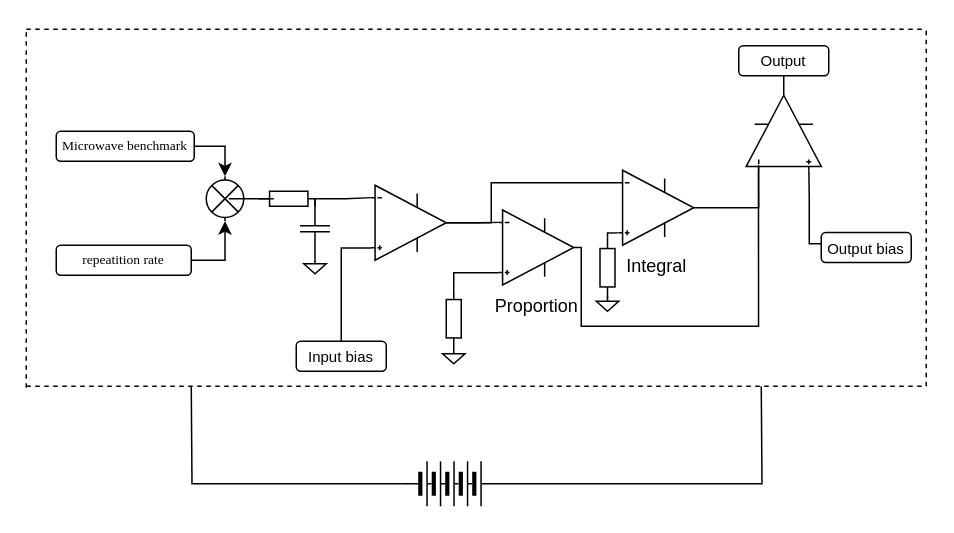
Above: Untitled Diagram.drawio in Kyroas/Kyroas.github.io (draw.io), before the change. Source tidied: cells renumbered, new cells numbered last; positions are measured from the earlier drawing's top-left corner, leaving out a move shared by most shapes. Both pictures are drawn from the tidied source at 150%, with x=0, y=0 at pixel (26, 26).
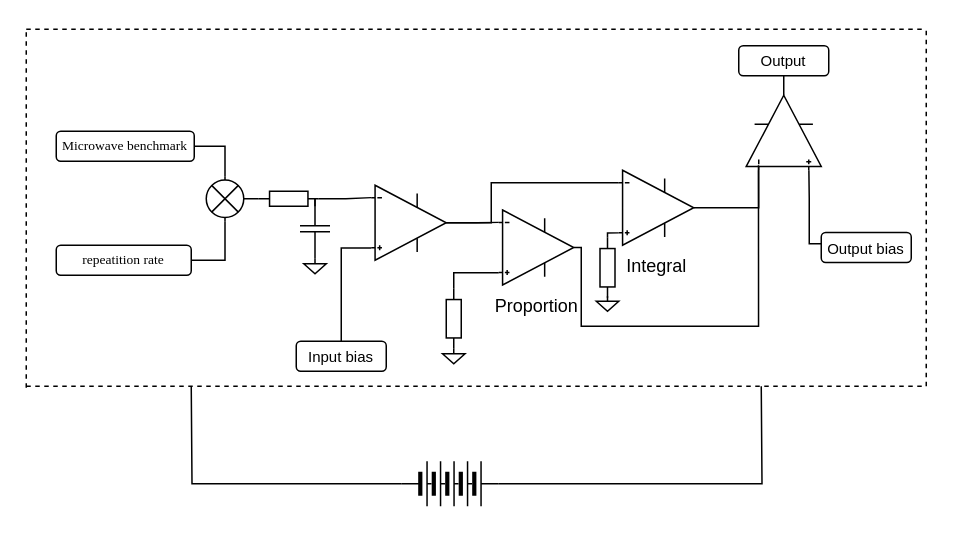
The same page after the edit.

The change refers to these unchanged cells:
```xml
<mxCell id="2" style="verticalLabelPosition=bottom;shadow=0;dashed=0;align=center;html=1;verticalAlign=top;shape=mxgraph.electrical.miscellaneous.light_bulb;rotation=-90;" parent="1" vertex="1">
  <mxGeometry x="117.5" y="102.5" width="30" height="25" as="geometry" />
</mxCell>
<mxCell id="3" style="verticalLabelPosition=bottom;shadow=0;dashed=0;align=center;html=1;verticalAlign=top;shape=mxgraph.electrical.resistors.resistor_1;" parent="1" vertex="1">
  <mxGeometry x="155" y="110" width="40" height="10" as="geometry" />
</mxCell>
<mxCell id="9" value="&lt;font style=&quot;font-size: 9px&quot; face=&quot;Times New Roman&quot;&gt;Microwave benchmark&lt;/font&gt;" style="rounded=1;whiteSpace=wrap;html=1;fontSize=6;" parent="1" vertex="1">
  <mxGeometry x="20" y="70" width="92" height="20" as="geometry" />
</mxCell>
<mxCell id="11" value="&lt;font style=&quot;font-size: 9px&quot; face=&quot;Times New Roman&quot;&gt;repeatition rate&lt;/font&gt;" style="rounded=1;whiteSpace=wrap;html=1;fontSize=6;" parent="1" vertex="1">
  <mxGeometry x="20" y="146" width="90" height="20" as="geometry" />
</mxCell>
```

What changed in the source:
```diff
@@
     <mxCell id="4" style="edgeStyle=orthogonalEdgeStyle;rounded=0;jettySize=auto;html=1;entryX=0;entryY=0.5;entryDx=0;entryDy=0;entryPerimeter=0;endArrow=none;endFill=0;" parent="1" edge="1" source="2" target="3">
-      <mxGeometry relative="1" as="geometry" />
+      <mxGeometry relative="1" as="geometry">
+        <Array as="points">
+          <mxPoint x="150" y="115" />
+          <mxPoint x="150" y="115" />
+        </Array>
+      </mxGeometry>
     </mxCell>
@@
-    <mxCell id="8" style="edgeStyle=orthogonalEdgeStyle;rounded=0;jettySize=auto;html=1;entryX=1;entryY=0.5;entryDx=0;entryDy=0;entryPerimeter=0;fontFamily=Times New Roman;fontSize=9;" parent="1" edge="1" source="9" target="2">
+    <mxCell id="8" style="edgeStyle=orthogonalEdgeStyle;rounded=0;jettySize=auto;html=1;entryX=1;entryY=0.5;entryDx=0;entryDy=0;entryPerimeter=0;fontFamily=Times New Roman;fontSize=9;endArrow=none;endFill=0;" parent="1" edge="1" source="9" target="2">
       <mxGeometry relative="1" as="geometry" />
     </mxCell>
@@
-    <mxCell id="10" style="edgeStyle=orthogonalEdgeStyle;rounded=0;jettySize=auto;html=1;entryX=0;entryY=0.5;entryDx=0;entryDy=0;entryPerimeter=0;fontFamily=Times New Roman;fontSize=9;" parent="1" edge="1" source="11" target="2">
+    <mxCell id="10" style="edgeStyle=orthogonalEdgeStyle;rounded=0;jettySize=auto;html=1;entryX=0;entryY=0.5;entryDx=0;entryDy=0;entryPerimeter=0;fontFamily=Times New Roman;fontSize=9;endArrow=none;endFill=0;" parent="1" edge="1" source="11" target="2">
       <mxGeometry relative="1" as="geometry" />
     </mxCell>
```
